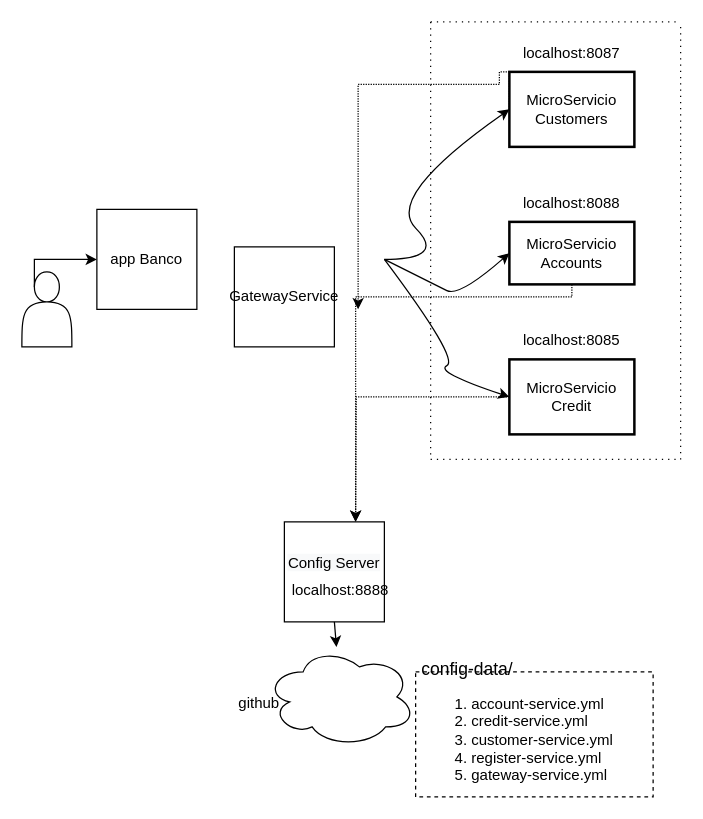
This is arquitectura-microservicio/Digrama Semana 1 arquitectura.drawio from LPVictoria9/config-dataVictoria, a draw.io file, before an edit. Source tidied: cells renumbered, new cells numbered last; positions are measured from the earlier drawing's top-left corner, leaving out a move shared by most shapes. Both pictures are drawn from the tidied source at 125%, with x=0, y=0 at pixel (21, 21).
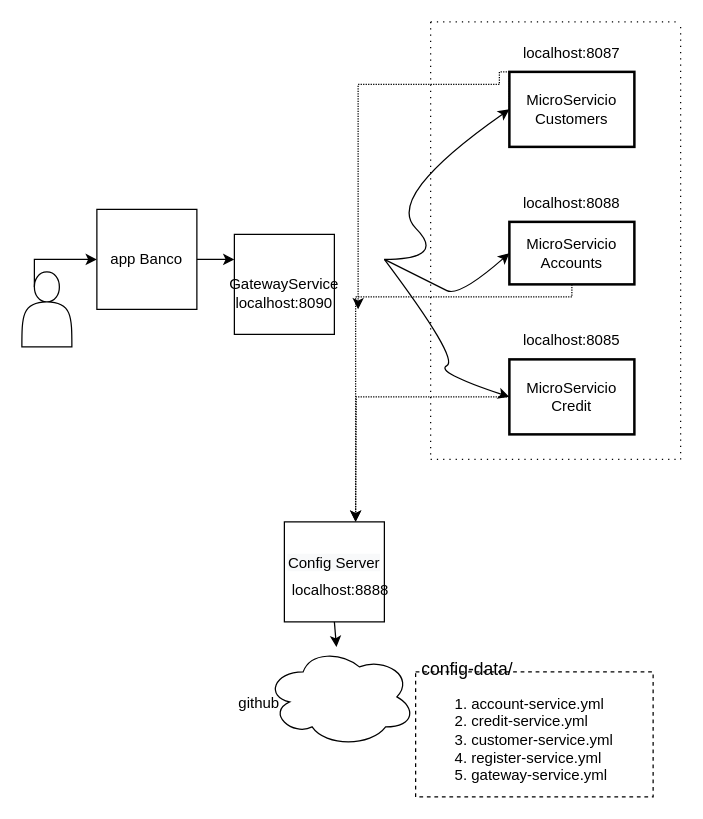
After the change.

Commit message:
Actualizar Diagrama Semana 2 arquitectura.drawio

The change refers to these unchanged cells:
```xml
<mxCell id="6" value="app Banco" style="whiteSpace=wrap;html=1;" parent="1" vertex="1">
  <mxGeometry x="60" y="150" width="80" height="80" as="geometry" />
</mxCell>
```

The edit, as a diff of the source:
```diff
@@
-    <mxCell id="23" value="GatewayService" style="whiteSpace=wrap;html=1;" parent="1" vertex="1">
-      <mxGeometry x="170" y="180" width="80" height="80" as="geometry" />
+    <mxCell id="23" value="GatewayService&lt;br&gt;" style="whiteSpace=wrap;html=1;" parent="1" vertex="1">
+      <mxGeometry x="170" y="170" width="80" height="80" as="geometry" />
     </mxCell>
@@
+    <mxCell id="25" value="localhost:8090" style="text;html=1;strokeColor=none;fillColor=none;align=center;verticalAlign=middle;whiteSpace=wrap;rounded=0;dashed=1;dashPattern=1 4;" parent="1" vertex="1">
+      <mxGeometry x="180" y="210" width="60" height="30" as="geometry" />
+    </mxCell>
+    <mxCell id="26" style="endArrow=classic;html=1;rounded=0;entryX=0;entryY=0.25;entryDx=0;entryDy=0;" parent="1" edge="1" source="6" target="23">
+      <mxGeometry relative="1" as="geometry" />
+    </mxCell>
```
